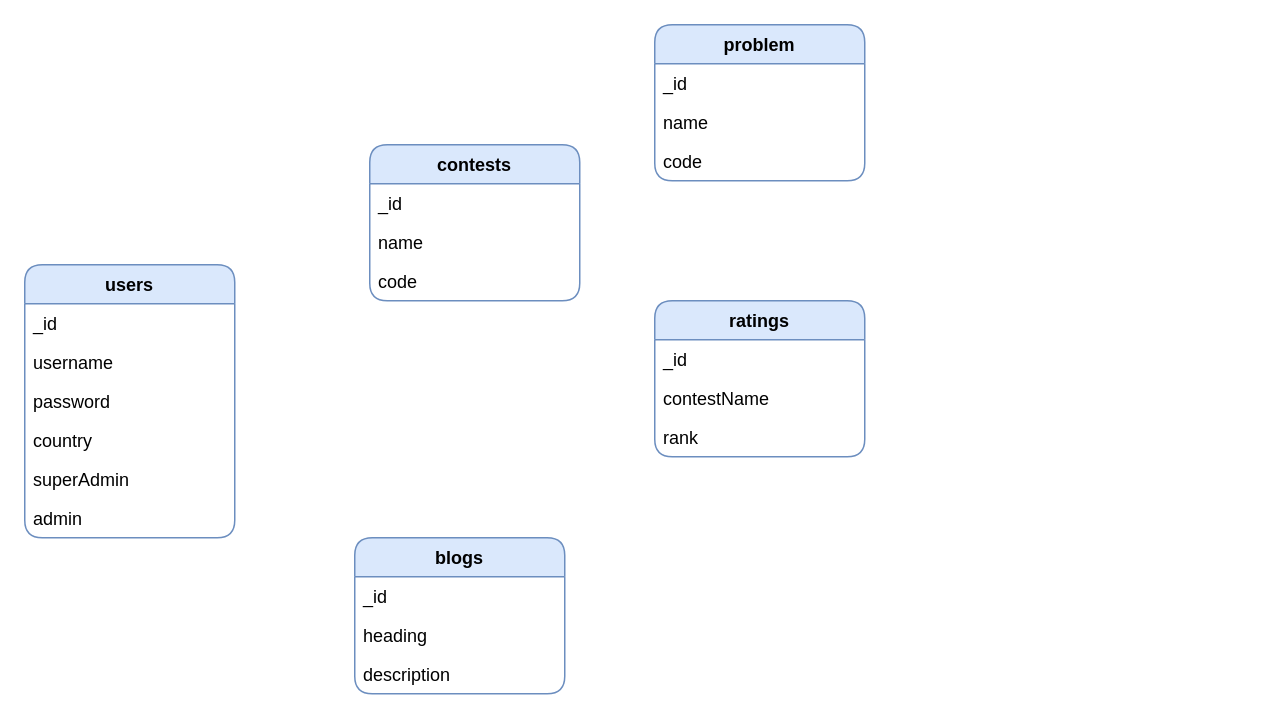
This is er.drawio from 00sukhjeet00/codechef-clone-diagrams, a draw.io file, before an edit. Source tidied: cells renumbered, new cells numbered last; positions are measured from the earlier drawing's top-left corner, leaving out a move shared by most shapes. Both pictures are drawn from the tidied source at 150%, with x=0, y=0 at pixel (24, 24).
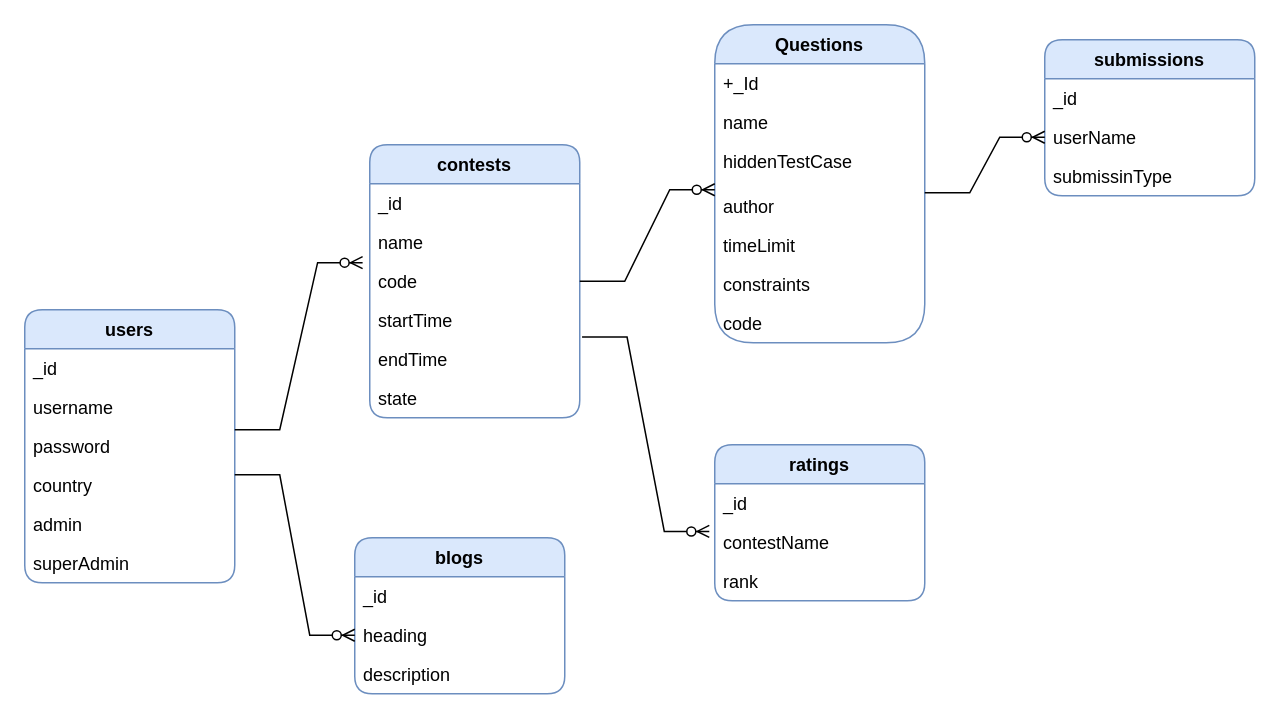
The same page after the edit.

Unchanged cells that the change refers to:
```xml
<mxCell id="11" value="contestName" style="text;strokeColor=none;fillColor=none;align=left;verticalAlign=top;spacingLeft=4;spacingRight=4;overflow=hidden;points=[[0,0.5],[1,0.5]];portConstraint=eastwest;" parent="9" vertex="1">
  <mxGeometry y="52" width="140" height="26" as="geometry" />
</mxCell>
<mxCell id="15" value="heading" style="text;strokeColor=none;fillColor=none;align=left;verticalAlign=top;spacingLeft=4;spacingRight=4;overflow=hidden;points=[[0,0.5],[1,0.5]];portConstraint=eastwest;" parent="13" vertex="1">
  <mxGeometry y="52" width="140" height="26" as="geometry" />
</mxCell>
<mxCell id="20" value="code" style="text;strokeColor=none;fillColor=none;align=left;verticalAlign=top;spacingLeft=4;spacingRight=4;overflow=hidden;points=[[0,0.5],[1,0.5]];portConstraint=eastwest;" parent="17" vertex="1">
  <mxGeometry y="78" width="140" height="26" as="geometry" />
</mxCell>
```

Diff of the diagram source:
```diff
@@
     <mxCell id="2" value="users" style="swimlane;fontStyle=1;horizontal=1;startSize=26;fillColor=#dae8fc;strokeColor=#6c8ebf;rounded=1;" parent="1" vertex="1">
-      <mxGeometry y="160" width="140" height="182" as="geometry" />
+      <mxGeometry y="190" width="140" height="182" as="geometry" />
     </mxCell>
@@
+    <mxCell id="8" value="admin" style="text;strokeColor=none;fillColor=none;align=left;verticalAlign=top;spacingLeft=4;spacingRight=4;overflow=hidden;" parent="2" vertex="1">
+      <mxGeometry y="130" width="140" height="26" as="geometry" />
+    </mxCell>
     <mxCell id="7" value="superAdmin" style="text;strokeColor=none;fillColor=none;align=left;verticalAlign=top;spacingLeft=4;spacingRight=4;overflow=hidden;" parent="2" vertex="1">
-      <mxGeometry y="130" width="140" height="26" as="geometry" />
+      <mxGeometry y="156" width="140" height="26" as="geometry" />
     </mxCell>
-    <mxCell id="8" value="admin" style="text;strokeColor=none;fillColor=none;align=left;verticalAlign=top;spacingLeft=4;spacingRight=4;overflow=hidden;" parent="2" vertex="1">
-      <mxGeometry y="156" width="140" height="26" as="geometry" />
-    </mxCell>
     <mxCell id="9" value="ratings" style="swimlane;fontStyle=1;horizontal=1;startSize=26;fillColor=#dae8fc;strokeColor=#6c8ebf;rounded=1;" parent="1" vertex="1">
-      <mxGeometry x="420" y="184" width="140" height="104" as="geometry" />
+      <mxGeometry x="460" y="280" width="140" height="104" as="geometry" />
     </mxCell>
@@
     <mxCell id="17" value="contests" style="swimlane;fontStyle=1;horizontal=1;startSize=26;fillColor=#dae8fc;strokeColor=#6c8ebf;rounded=1;" parent="1" vertex="1">
-      <mxGeometry x="230" y="80" width="140" height="104" as="geometry" />
+      <mxGeometry x="230" y="80" width="140" height="182" as="geometry" />
     </mxCell>
@@
+    <mxCell id="25" value="startTime" style="text;strokeColor=none;fillColor=none;align=left;verticalAlign=top;spacingLeft=4;spacingRight=4;overflow=hidden;" parent="17" vertex="1">
+      <mxGeometry y="104" width="140" height="26" as="geometry" />
+    </mxCell>
+    <mxCell id="26" value="endTime" style="text;strokeColor=none;fillColor=none;align=left;verticalAlign=top;spacingLeft=4;spacingRight=4;overflow=hidden;points=[[0,0.5],[1,0.5]];portConstraint=eastwest;" parent="17" vertex="1">
+      <mxGeometry y="130" width="140" height="26" as="geometry" />
+    </mxCell>
+    <mxCell id="27" value="state" style="text;strokeColor=none;fillColor=none;align=left;verticalAlign=top;spacingLeft=4;spacingRight=4;overflow=hidden;" parent="17" vertex="1">
+      <mxGeometry y="156" width="140" height="26" as="geometry" />
+    </mxCell>
-    <mxCell id="21" value="problem" style="swimlane;fontStyle=1;horizontal=1;startSize=26;fillColor=#dae8fc;strokeColor=#6c8ebf;rounded=1;" parent="1" vertex="1">
-      <mxGeometry x="420" width="140" height="104" as="geometry" />
+    <mxCell id="21" value="Questions" style="swimlane;fontStyle=1;horizontal=1;startSize=26;fillColor=#dae8fc;strokeColor=#6c8ebf;rounded=1;strokeWidth=1;arcSize=33;" parent="1" vertex="1">
+      <mxGeometry x="460" width="140" height="212" as="geometry" />
     </mxCell>
-    <mxCell id="22" value="_id" style="text;strokeColor=none;fillColor=none;align=left;verticalAlign=top;spacingLeft=4;spacingRight=4;overflow=hidden;" parent="21" vertex="1">
+    <mxCell id="22" value="+_Id" style="text;strokeColor=none;fillColor=none;align=left;verticalAlign=top;spacingLeft=4;spacingRight=4;overflow=hidden;" parent="21" vertex="1">
       <mxGeometry y="26" width="140" height="26" as="geometry" />
     </mxCell>
+    <mxCell id="28" value="name" style="text;strokeColor=none;fillColor=none;align=left;verticalAlign=top;spacingLeft=4;spacingRight=4;overflow=hidden;" parent="21" vertex="1">
+      <mxGeometry y="52" width="140" height="26" as="geometry" />
+    </mxCell>
-    <mxCell id="23" value="name" style="text;strokeColor=none;fillColor=none;align=left;verticalAlign=top;spacingLeft=4;spacingRight=4;overflow=hidden;" parent="21" vertex="1">
-      <mxGeometry y="52" width="140" height="26" as="geometry" />
+    <mxCell id="23" value="hiddenTestCase" style="text;strokeColor=none;fillColor=none;align=left;verticalAlign=top;spacingLeft=4;spacingRight=4;overflow=hidden;" parent="21" vertex="1">
+      <mxGeometry y="78" width="140" height="30" as="geometry" />
     </mxCell>
+    <mxCell id="29" value="author" style="text;strokeColor=none;fillColor=none;align=left;verticalAlign=top;spacingLeft=4;spacingRight=4;overflow=hidden;points=[[0,0.5],[1,0.5]];portConstraint=eastwest;" parent="21" vertex="1">
+      <mxGeometry y="108" width="140" height="26" as="geometry" />
+    </mxCell>
+    <mxCell id="30" value="timeLimit" style="text;strokeColor=none;fillColor=none;align=left;verticalAlign=top;spacingLeft=4;spacingRight=4;overflow=hidden;" parent="21" vertex="1">
+      <mxGeometry y="134" width="140" height="26" as="geometry" />
+    </mxCell>
+    <mxCell id="31" value="constraints" style="text;strokeColor=none;fillColor=none;align=left;verticalAlign=top;spacingLeft=4;spacingRight=4;overflow=hidden;" parent="21" vertex="1">
+      <mxGeometry y="160" width="140" height="26" as="geometry" />
+    </mxCell>
     <mxCell id="24" value="code" style="text;strokeColor=none;fillColor=none;align=left;verticalAlign=top;spacingLeft=4;spacingRight=4;overflow=hidden;" parent="21" vertex="1">
-      <mxGeometry y="78" width="140" height="26" as="geometry" />
+      <mxGeometry y="186" width="140" height="26" as="geometry" />
     </mxCell>
+    <mxCell id="32" style="edgeStyle=entityRelationEdgeStyle;fontSize=12;html=1;endArrow=ERzeroToMany;endFill=1;rounded=0;entryX=-0.034;entryY=0.023;entryDx=0;entryDy=0;entryPerimeter=0;" parent="1" edge="1" target="20">
+      <mxGeometry relative="1" as="geometry">
+        <mxPoint x="140" y="270" as="sourcePoint" />
+      </mxGeometry>
+    </mxCell>
+    <mxCell id="33" style="edgeStyle=entityRelationEdgeStyle;fontSize=12;html=1;endArrow=ERzeroToMany;endFill=1;rounded=0;entryX=0;entryY=0.5;entryDx=0;entryDy=0;" parent="1" edge="1" target="15">
+      <mxGeometry relative="1" as="geometry">
+        <mxPoint x="140" y="300" as="sourcePoint" />
+      </mxGeometry>
+    </mxCell>
+    <mxCell id="34" style="edgeStyle=entityRelationEdgeStyle;fontSize=12;html=1;endArrow=ERzeroToMany;endFill=1;rounded=0;exitX=1;exitY=0.5;exitDx=0;exitDy=0;entryX=0;entryY=0.077;entryDx=0;entryDy=0;entryPerimeter=0;" parent="1" edge="1" source="20" target="29">
+      <mxGeometry relative="1" as="geometry" />
+    </mxCell>
+    <mxCell id="35" style="edgeStyle=entityRelationEdgeStyle;fontSize=12;html=1;endArrow=ERzeroToMany;endFill=1;rounded=0;exitX=1.011;exitY=-0.069;exitDx=0;exitDy=0;exitPerimeter=0;entryX=-0.026;entryY=0.223;entryDx=0;entryDy=0;entryPerimeter=0;" parent="1" edge="1" source="26" target="11">
+      <mxGeometry relative="1" as="geometry" />
+    </mxCell>
+    <mxCell id="36" value="submissions" style="swimlane;fontStyle=1;horizontal=1;startSize=26;fillColor=#dae8fc;strokeColor=#6c8ebf;rounded=1;" parent="1" vertex="1">
+      <mxGeometry x="680" y="10" width="140" height="104" as="geometry" />
+    </mxCell>
+    <mxCell id="37" value="_id" style="text;strokeColor=none;fillColor=none;align=left;verticalAlign=top;spacingLeft=4;spacingRight=4;overflow=hidden;" parent="36" vertex="1">
+      <mxGeometry y="26" width="140" height="26" as="geometry" />
+    </mxCell>
+    <mxCell id="38" value="userName" style="text;strokeColor=none;fillColor=none;align=left;verticalAlign=top;spacingLeft=4;spacingRight=4;overflow=hidden;points=[[0,0.5],[1,0.5]];portConstraint=eastwest;" parent="36" vertex="1">
+      <mxGeometry y="52" width="140" height="26" as="geometry" />
+    </mxCell>
+    <mxCell id="39" value="submissinType" style="text;strokeColor=none;fillColor=none;align=left;verticalAlign=top;spacingLeft=4;spacingRight=4;overflow=hidden;" parent="36" vertex="1">
+      <mxGeometry y="78" width="140" height="26" as="geometry" />
+    </mxCell>
+    <mxCell id="40" style="edgeStyle=entityRelationEdgeStyle;fontSize=12;html=1;endArrow=ERzeroToMany;endFill=1;rounded=0;entryX=0;entryY=0.5;entryDx=0;entryDy=0;" parent="1" edge="1" target="38">
+      <mxGeometry relative="1" as="geometry">
+        <mxPoint x="600" y="112" as="sourcePoint" />
+      </mxGeometry>
+    </mxCell>
```
